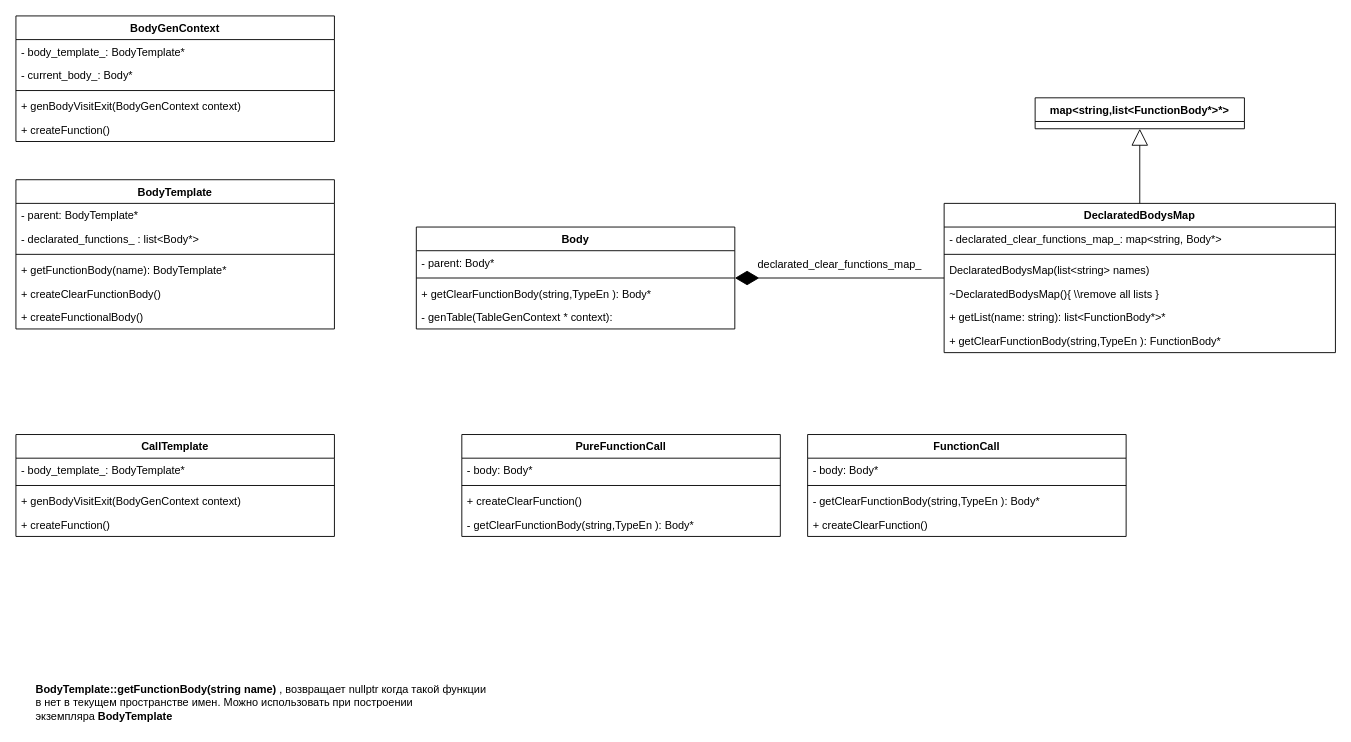
savvakonst/express_ex keeps this draw.io diagram as page "Страница 1" (1 of 4) of temp.drawio. Above is the earlier version. Source tidied: cells renumbered, new cells numbered last; positions are measured from the earlier drawing's top-left corner, leaving out a move shared by most shapes. Both pictures are drawn from the tidied source at 91%, with x=0, y=0 at pixel (15, 15).
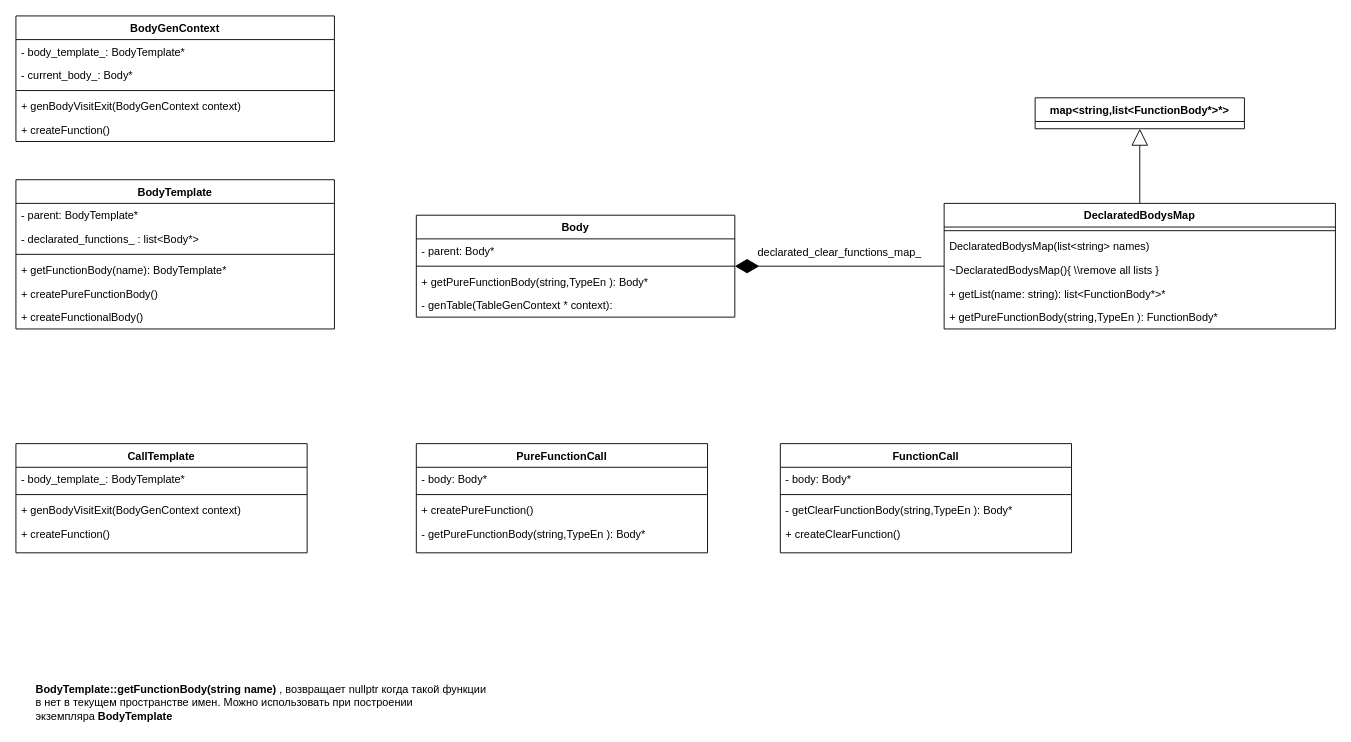
The same diagram, later.

The change refers to these unchanged cells:
```xml
<mxCell id="3" value="BodyTemplate" style="swimlane;fontStyle=1;align=center;verticalAlign=top;horizontal=1;startSize=26;" parent="1" vertex="1">
  <mxGeometry y="180" width="350" height="164" as="geometry" />
</mxCell>
```

Diff of the diagram source:
```diff
@@
-    <mxCell id="8" value="+ createClearFunctionBody()" style="text;strokeColor=none;fillColor=none;align=left;verticalAlign=top;spacingLeft=4;spacingRight=4;overflow=hidden;" parent="3" vertex="1">
+    <mxCell id="8" value="+ createPureFunctionBody()" style="text;strokeColor=none;fillColor=none;align=left;verticalAlign=top;spacingLeft=4;spacingRight=4;overflow=hidden;" parent="3" vertex="1">
       <mxGeometry y="112" width="350" height="26" as="geometry" />
     </mxCell>
@@
     <mxCell id="10" value="Body" style="swimlane;fontStyle=1;align=center;verticalAlign=top;horizontal=1;startSize=26;" parent="1" vertex="1">
-      <mxGeometry x="440" y="232" width="350" height="112" as="geometry" />
+      <mxGeometry x="440" y="219" width="350" height="112" as="geometry" />
     </mxCell>
@@
-    <mxCell id="13" value="+ getClearFunctionBody(string,TypeEn ): Body*" style="text;strokeColor=none;fillColor=none;align=left;verticalAlign=top;spacingLeft=4;spacingRight=4;overflow=hidden;" parent="10" vertex="1">
+    <mxCell id="13" value="+ getPureFunctionBody(string,TypeEn ): Body*" style="text;strokeColor=none;fillColor=none;align=left;verticalAlign=top;spacingLeft=4;spacingRight=4;overflow=hidden;" parent="10" vertex="1">
       <mxGeometry y="60" width="350" height="26" as="geometry" />
     </mxCell>
@@
     <mxCell id="15" value="PureFunctionCall" style="swimlane;fontStyle=1;align=center;verticalAlign=top;horizontal=1;startSize=26;" parent="1" vertex="1">
-      <mxGeometry x="490" y="460" width="350" height="112" as="geometry" />
+      <mxGeometry x="440" y="470" width="320" height="120" as="geometry" />
     </mxCell>
     <mxCell id="16" value="- body: Body*" style="text;strokeColor=none;fillColor=none;align=left;verticalAlign=top;spacingLeft=4;spacingRight=4;overflow=hidden;" parent="15" vertex="1">
-      <mxGeometry y="26" width="350" height="26" as="geometry" />
+      <mxGeometry y="26" width="320" height="26" as="geometry" />
     </mxCell>
     <mxCell id="17" style="line;strokeWidth=1;fillColor=none;align=left;verticalAlign=middle;spacingTop=-1;spacingLeft=3;spacingRight=3;labelPosition=right;" parent="15" vertex="1">
-      <mxGeometry y="52" width="350" height="8" as="geometry" />
+      <mxGeometry y="52" width="320" height="8" as="geometry" />
     </mxCell>
-    <mxCell id="18" value="+ createClearFunction()" style="text;strokeColor=none;fillColor=none;align=left;verticalAlign=top;spacingLeft=4;spacingRight=4;overflow=hidden;" parent="15" vertex="1">
-      <mxGeometry y="60" width="350" height="26" as="geometry" />
+    <mxCell id="18" value="+ createPureFunction()" style="text;strokeColor=none;fillColor=none;align=left;verticalAlign=top;spacingLeft=4;spacingRight=4;overflow=hidden;" parent="15" vertex="1">
+      <mxGeometry y="60" width="320" height="26" as="geometry" />
     </mxCell>
-    <mxCell id="19" value="- getClearFunctionBody(string,TypeEn ): Body*" style="text;strokeColor=none;fillColor=none;align=left;verticalAlign=top;spacingLeft=4;spacingRight=4;overflow=hidden;" parent="15" vertex="1">
-      <mxGeometry y="86" width="350" height="26" as="geometry" />
+    <mxCell id="19" value="- getPureFunctionBody(string,TypeEn ): Body*" style="text;strokeColor=none;fillColor=none;align=left;verticalAlign=top;spacingLeft=4;spacingRight=4;overflow=hidden;" parent="15" vertex="1">
+      <mxGeometry y="86" width="320" height="34" as="geometry" />
     </mxCell>
     <mxCell id="20" value="CallTemplate" style="swimlane;fontStyle=1;align=center;verticalAlign=top;horizontal=1;startSize=26;" parent="1" vertex="1">
-      <mxGeometry y="460" width="350" height="112" as="geometry" />
+      <mxGeometry y="470" width="320" height="120" as="geometry" />
     </mxCell>
     <mxCell id="21" value="- body_template_: BodyTemplate*" style="text;strokeColor=none;fillColor=none;align=left;verticalAlign=top;spacingLeft=4;spacingRight=4;overflow=hidden;" parent="20" vertex="1">
-      <mxGeometry y="26" width="350" height="26" as="geometry" />
+      <mxGeometry y="26" width="320" height="26" as="geometry" />
     </mxCell>
     <mxCell id="22" style="line;strokeWidth=1;fillColor=none;align=left;verticalAlign=middle;spacingTop=-1;spacingLeft=3;spacingRight=3;labelPosition=right;" parent="20" vertex="1">
-      <mxGeometry y="52" width="350" height="8" as="geometry" />
+      <mxGeometry y="52" width="320" height="8" as="geometry" />
     </mxCell>
     <mxCell id="23" value="+ genBodyVisitExit(BodyGenContext context)" style="text;strokeColor=none;fillColor=none;align=left;verticalAlign=top;spacingLeft=4;spacingRight=4;overflow=hidden;" parent="20" vertex="1">
-      <mxGeometry y="60" width="350" height="26" as="geometry" />
+      <mxGeometry y="60" width="320" height="26" as="geometry" />
     </mxCell>
     <mxCell id="24" value="+ createFunction()" style="text;strokeColor=none;fillColor=none;align=left;verticalAlign=top;spacingLeft=4;spacingRight=4;overflow=hidden;" parent="20" vertex="1">
-      <mxGeometry y="86" width="350" height="26" as="geometry" />
+      <mxGeometry y="86" width="320" height="34" as="geometry" />
     </mxCell>
     <mxCell id="25" value="DeclaratedBodysMap&#10;" style="swimlane;fontStyle=1;align=center;verticalAlign=top;horizontal=1;startSize=26;" parent="1" vertex="1">
-      <mxGeometry x="1020" y="206" width="430" height="164" as="geometry" />
+      <mxGeometry x="1020" y="206" width="430" height="138" as="geometry" />
     </mxCell>
-    <mxCell id="26" value="- declarated_clear_functions_map_: map&lt;string, Body*&gt;" style="text;strokeColor=none;fillColor=none;align=left;verticalAlign=top;spacingLeft=4;spacingRight=4;overflow=hidden;" parent="25" vertex="1">
-      <mxGeometry y="26" width="430" height="26" as="geometry" />
-    </mxCell>
     <mxCell id="27" style="line;strokeWidth=1;fillColor=none;align=left;verticalAlign=middle;spacingTop=-1;spacingLeft=3;spacingRight=3;labelPosition=right;" parent="25" vertex="1">
-      <mxGeometry y="52" width="430" height="8" as="geometry" />
+      <mxGeometry y="26" width="430" height="8" as="geometry" />
     </mxCell>
     <mxCell id="28" value="DeclaratedBodysMap(list&lt;string&gt; names)" style="text;strokeColor=none;fillColor=none;align=left;verticalAlign=top;spacingLeft=4;spacingRight=4;overflow=hidden;" parent="25" vertex="1">
-      <mxGeometry y="60" width="430" height="26" as="geometry" />
+      <mxGeometry y="34" width="430" height="26" as="geometry" />
     </mxCell>
     <mxCell id="29" value="~DeclaratedBodysMap(){ \\remove all lists }" style="text;strokeColor=none;fillColor=none;align=left;verticalAlign=top;spacingLeft=4;spacingRight=4;overflow=hidden;" parent="25" vertex="1">
-      <mxGeometry y="86" width="430" height="26" as="geometry" />
+      <mxGeometry y="60" width="430" height="26" as="geometry" />
     </mxCell>
     <mxCell id="30" value="+ getList(name: string): list&lt;FunctionBody*&gt;*" style="text;strokeColor=none;fillColor=none;align=left;verticalAlign=top;spacingLeft=4;spacingRight=4;overflow=hidden;" parent="25" vertex="1">
-      <mxGeometry y="112" width="430" height="26" as="geometry" />
+      <mxGeometry y="86" width="430" height="26" as="geometry" />
     </mxCell>
-    <mxCell id="31" value="+ getClearFunctionBody(string,TypeEn ): FunctionBody*" style="text;strokeColor=none;fillColor=none;align=left;verticalAlign=top;spacingLeft=4;spacingRight=4;overflow=hidden;fontStyle=0;" parent="25" vertex="1">
-      <mxGeometry y="138" width="430" height="26" as="geometry" />
+    <mxCell id="31" value="+ getPureFunctionBody(string,TypeEn ): FunctionBody*" style="text;strokeColor=none;fillColor=none;align=left;verticalAlign=top;spacingLeft=4;spacingRight=4;overflow=hidden;fontStyle=0;" parent="25" vertex="1">
+      <mxGeometry y="112" width="430" height="26" as="geometry" />
     </mxCell>
@@
     <mxCell id="35" value="FunctionCall" style="swimlane;fontStyle=1;align=center;verticalAlign=top;horizontal=1;startSize=26;" parent="1" vertex="1">
-      <mxGeometry x="870" y="460" width="350" height="112" as="geometry" />
+      <mxGeometry x="840" y="470" width="320" height="120" as="geometry" />
     </mxCell>
     <mxCell id="36" value="- body: Body*" style="text;strokeColor=none;fillColor=none;align=left;verticalAlign=top;spacingLeft=4;spacingRight=4;overflow=hidden;" parent="35" vertex="1">
-      <mxGeometry y="26" width="350" height="26" as="geometry" />
+      <mxGeometry y="26" width="320" height="26" as="geometry" />
     </mxCell>
     <mxCell id="37" style="line;strokeWidth=1;fillColor=none;align=left;verticalAlign=middle;spacingTop=-1;spacingLeft=3;spacingRight=3;labelPosition=right;" parent="35" vertex="1">
-      <mxGeometry y="52" width="350" height="8" as="geometry" />
+      <mxGeometry y="52" width="320" height="8" as="geometry" />
     </mxCell>
     <mxCell id="38" value="- getClearFunctionBody(string,TypeEn ): Body*" style="text;strokeColor=none;fillColor=none;align=left;verticalAlign=top;spacingLeft=4;spacingRight=4;overflow=hidden;" parent="35" vertex="1">
-      <mxGeometry y="60" width="350" height="26" as="geometry" />
+      <mxGeometry y="60" width="320" height="26" as="geometry" />
     </mxCell>
     <mxCell id="39" value="+ createClearFunction()" style="text;strokeColor=none;fillColor=none;align=left;verticalAlign=top;spacingLeft=4;spacingRight=4;overflow=hidden;" parent="35" vertex="1">
-      <mxGeometry y="86" width="350" height="26" as="geometry" />
+      <mxGeometry y="86" width="320" height="34" as="geometry" />
     </mxCell>
```
